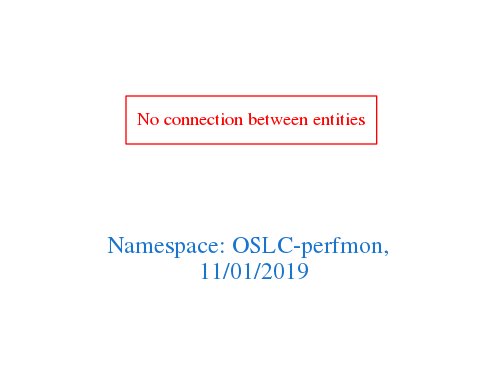
Above: downloads/OSLC-perfmon.png in arago/OGIT (Graphviz), before the change. Its source is kept beside it as downloads/OSLC-perfmon.dot.
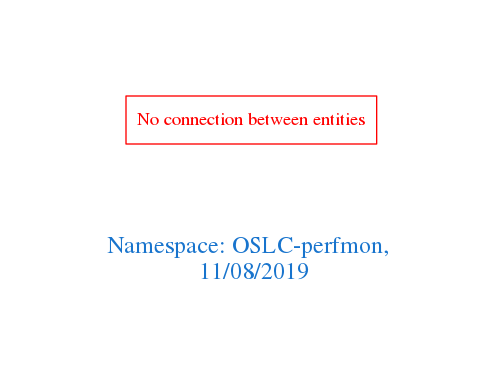
Above is the later version.

The edit, as a diff of the source:
```diff
@@ -1,7 +1,7 @@
 digraph OGIT_ontology {
  graph [ rankdir= LR,pad=1
 fontsize = 18,
-fontcolor= dodgerblue3,label = "\n\n\nNamespace: OSLC-perfmon, \n 11/01/2019"];
+fontcolor= dodgerblue3,label = "\n\n\nNamespace: OSLC-perfmon, \n 11/08/2019"];
 node[shape=polygon];
 edge [  color="gray81"];
 
```
